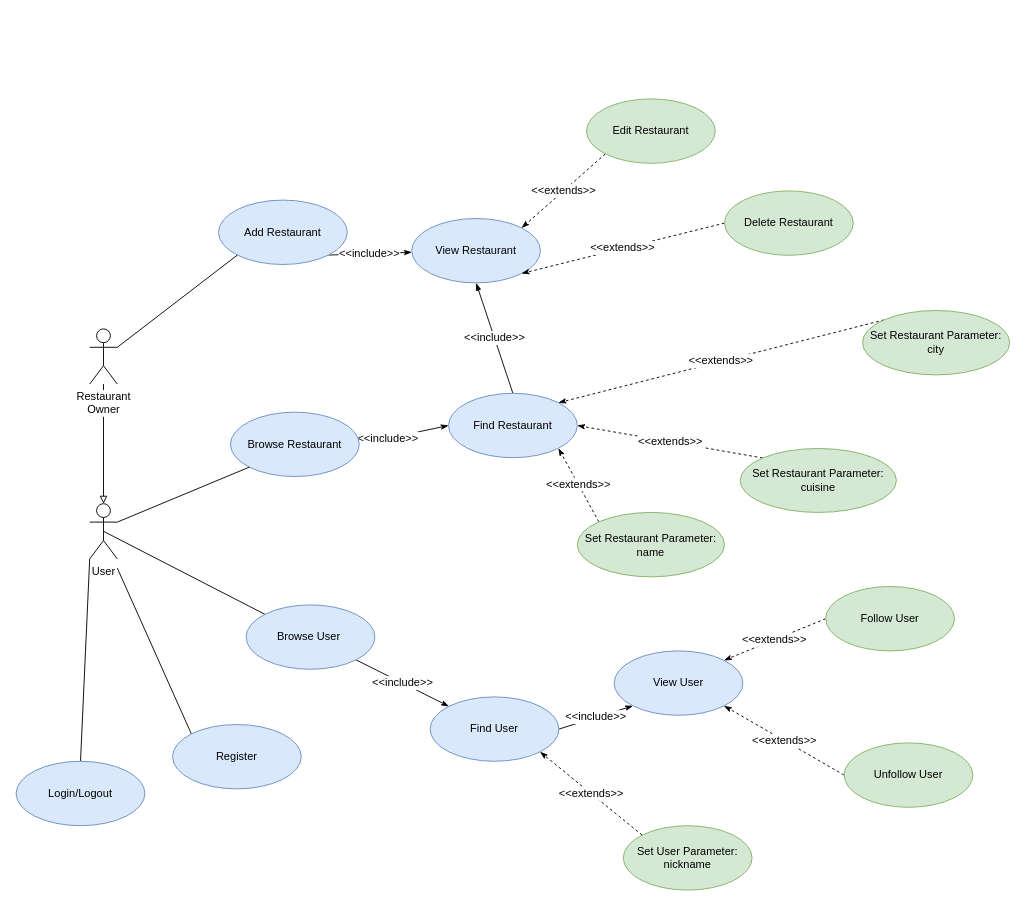
The draw.io diagram page "Page-2" (2 of 2) of draw.io/data_model.drawio in spampas/restaurant_recommendation_graphdb, before the edit. Source tidied: cells renumbered, new cells numbered last; positions are measured from the earlier drawing's top-left corner, leaving out a move shared by most shapes. Both pictures are drawn from the tidied source at 92%, with x=0, y=0 at pixel (16, 98).
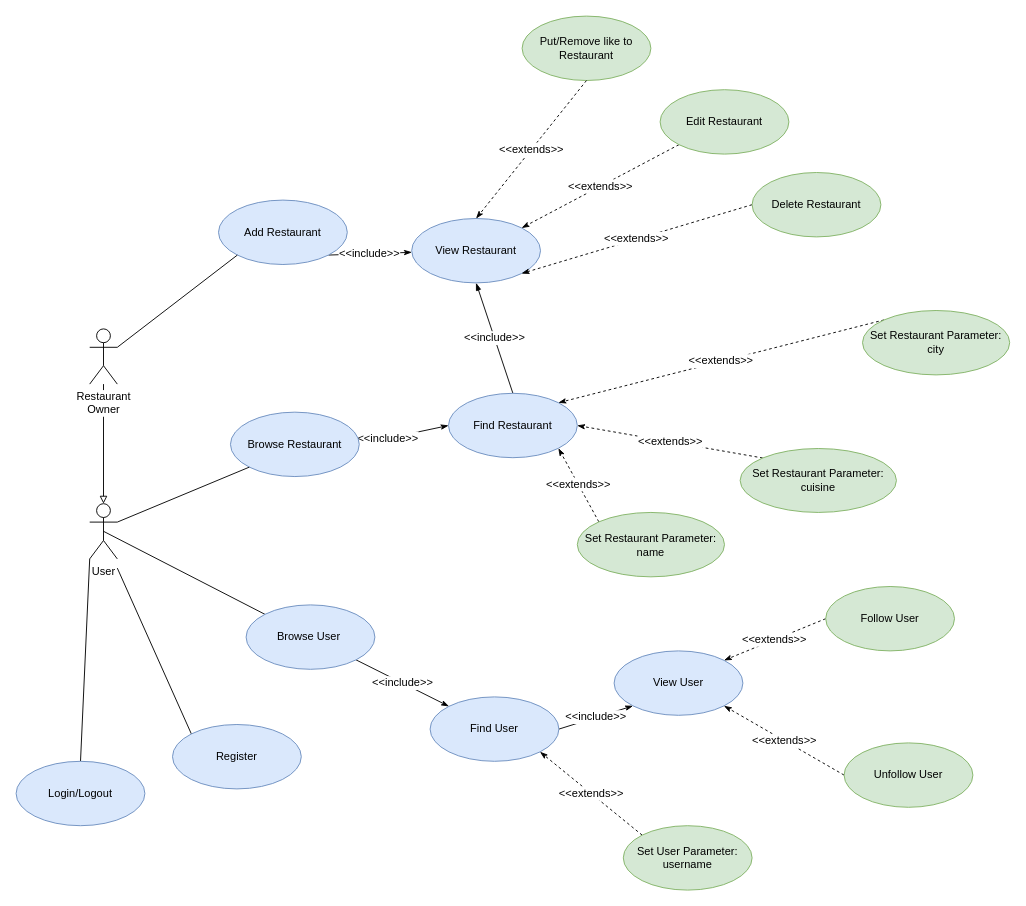
The same diagram, later.

Unchanged cells that the change refers to:
```xml
<mxCell id="11" value="View Restaurant" style="ellipse;whiteSpace=wrap;html=1;fontSize=12;fillColor=#dae8fc;strokeColor=#6c8ebf;" parent="1" vertex="1">
  <mxGeometry x="430" y="130" width="140" height="70" as="geometry" />
</mxCell>
```

Diff of the diagram source:
```diff
@@
     <mxCell id="13" value="Edit Restaurant" style="ellipse;whiteSpace=wrap;html=1;fontSize=12;fillColor=#d5e8d4;strokeColor=#82b366;" parent="1" vertex="1">
-      <mxGeometry x="620" width="140" height="70" as="geometry" />
+      <mxGeometry x="700" y="-10" width="140" height="70" as="geometry" />
     </mxCell>
@@
     <mxCell id="15" value="Delete Restaurant" style="ellipse;whiteSpace=wrap;html=1;fontSize=12;fillColor=#d5e8d4;strokeColor=#82b366;" parent="1" vertex="1">
-      <mxGeometry x="770" y="100" width="140" height="70" as="geometry" />
+      <mxGeometry x="800" y="80" width="140" height="70" as="geometry" />
     </mxCell>
@@
-    <mxCell id="22" value="Set User Parameter:&lt;br&gt;nickname" style="ellipse;whiteSpace=wrap;html=1;fontSize=12;fillColor=#d5e8d4;strokeColor=#82b366;" parent="1" vertex="1">
+    <mxCell id="22" value="Set User Parameter:&lt;br&gt;username" style="ellipse;whiteSpace=wrap;html=1;fontSize=12;fillColor=#d5e8d4;strokeColor=#82b366;" parent="1" vertex="1">
       <mxGeometry x="660" y="790" width="140" height="70" as="geometry" />
     </mxCell>
@@
+    <mxCell id="41" value="Put/Remove like to Restaurant" style="ellipse;whiteSpace=wrap;html=1;fontSize=12;fillColor=#d5e8d4;strokeColor=#82b366;" parent="1" vertex="1">
+      <mxGeometry x="550" y="-90" width="140" height="70" as="geometry" />
+    </mxCell>
+    <mxCell id="42" value="&amp;lt;&amp;lt;extends&amp;gt;&amp;gt;" style="edgeStyle=none;rounded=0;jettySize=auto;html=1;exitX=0.5;exitY=1;exitDx=0;exitDy=0;entryX=0.5;entryY=0;entryDx=0;entryDy=0;dashed=1;endArrow=classicThin;endFill=1;fontSize=12;" parent="1" edge="1" source="41" target="11">
+      <mxGeometry relative="1" as="geometry" />
+    </mxCell>
```
